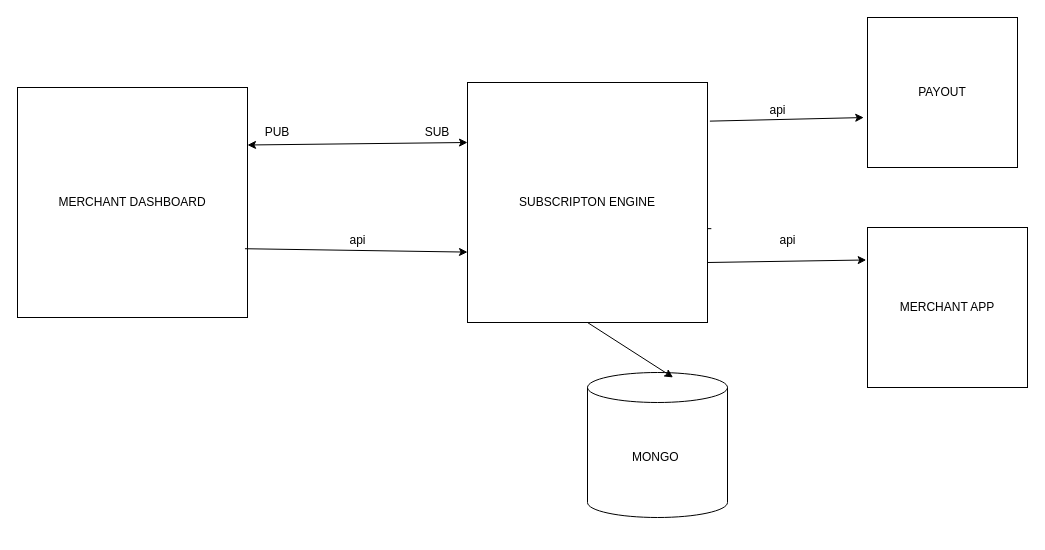
The draw.io diagram subscriptionengine.drawio in kartikeyasharmamobi/subscriptonEngine, before the edit. Source tidied: cells renumbered, new cells numbered last; positions are measured from the earlier drawing's top-left corner, leaving out a move shared by most shapes. Both pictures are drawn from the tidied source at 100%, with x=0, y=0 at pixel (17, 17).
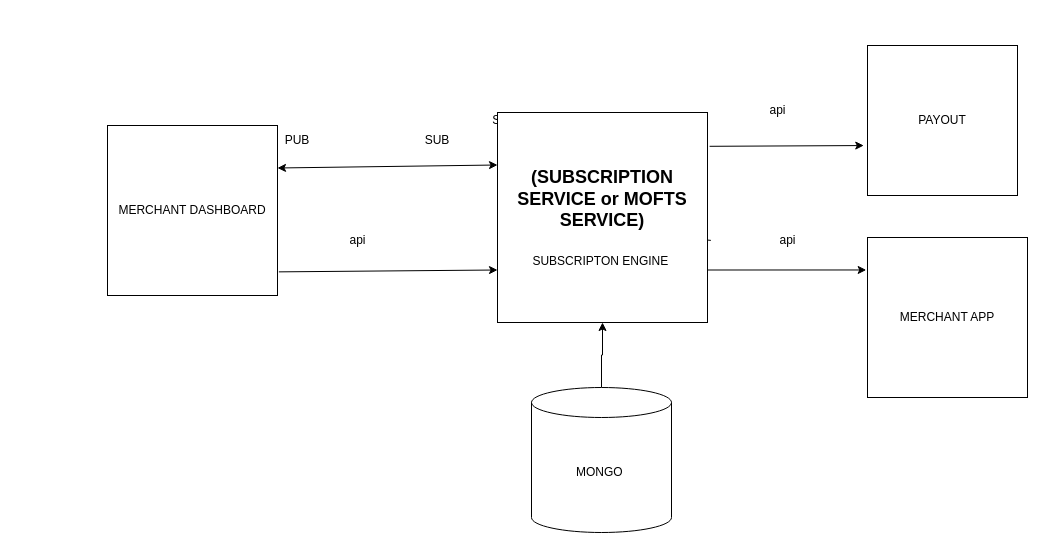
The same diagram, later.

What changed in the source:
```diff
@@
     <mxCell id="2" value="PAYOUT" style="whiteSpace=wrap;html=1;" parent="1" vertex="1">
-      <mxGeometry x="850" width="150" height="150" as="geometry" />
+      <mxGeometry x="850" y="28" width="150" height="150" as="geometry" />
     </mxCell>
     <mxCell id="3" value="MERCHANT APP" style="whiteSpace=wrap;html=1;" parent="1" vertex="1">
-      <mxGeometry x="850" y="210" width="160" height="160" as="geometry" />
+      <mxGeometry x="850" y="220" width="160" height="160" as="geometry" />
     </mxCell>
     <mxCell id="4" value="MERCHANT DASHBOARD" style="whiteSpace=wrap;html=1;" parent="1" vertex="1">
-      <mxGeometry y="70" width="230" height="230" as="geometry" />
+      <mxGeometry x="90" y="108" width="170" height="170" as="geometry" />
     </mxCell>
@@
-    <mxCell id="8" style="endArrow=classic;html=1;rounded=0;exitX=0.989;exitY=0.701;exitDx=0;exitDy=0;exitPerimeter=0;" parent="1" edge="1" source="4">
-      <mxGeometry relative="1" as="geometry">
-        <mxPoint x="450" y="234.6" as="targetPoint" />
-      </mxGeometry>
+    <mxCell id="8" style="endArrow=classic;html=1;rounded=0;entryX=0;entryY=0.75;entryDx=0;entryDy=0;exitX=1.008;exitY=0.861;exitDx=0;exitDy=0;exitPerimeter=0;" parent="1" edge="1" source="4" target="9">
+      <mxGeometry relative="1" as="geometry" />
     </mxCell>
-    <mxCell id="9" value="SUBSCRIPTON ENGINE" style="whiteSpace=wrap;html=1;" parent="1" vertex="1">
-      <mxGeometry x="450" y="65" width="240" height="240" as="geometry" />
+    <mxCell id="9" value="&lt;font style=&quot;font-size: 18px;&quot;&gt;&lt;b&gt;(SUBSCRIPTION SERVICE or MOFTS SERVICE)&lt;br&gt;&lt;br&gt;&lt;/b&gt;&lt;/font&gt;SUBSCRIPTON ENGINE&amp;nbsp;" style="whiteSpace=wrap;html=1;" parent="1" vertex="1">
+      <mxGeometry x="480" y="95" width="210" height="210" as="geometry" />
     </mxCell>
@@
     <mxCell id="12" value="PUB" style="text;html=1;align=center;verticalAlign=middle;whiteSpace=wrap;rounded=0;" parent="1" vertex="1">
-      <mxGeometry x="230" y="100" width="60" height="30" as="geometry" />
+      <mxGeometry x="250" y="108" width="60" height="30" as="geometry" />
     </mxCell>
     <mxCell id="13" value="SUB" style="text;html=1;align=center;verticalAlign=middle;whiteSpace=wrap;rounded=0;" parent="1" vertex="1">
-      <mxGeometry x="390" y="100" width="60" height="30" as="geometry" />
+      <mxGeometry x="390" y="108" width="60" height="30" as="geometry" />
     </mxCell>
@@
+    <mxCell id="19" style="edgeStyle=orthogonalEdgeStyle;rounded=0;jettySize=auto;html=1;" parent="1" edge="1" source="17" target="9">
+      <mxGeometry relative="1" as="geometry" />
+    </mxCell>
     <mxCell id="17" value="MONGO&amp;nbsp;" style="shape=cylinder3;whiteSpace=wrap;html=1;boundedLbl=1;backgroundOutline=1;size=15;" parent="1" vertex="1">
-      <mxGeometry x="570" y="355" width="140" height="145" as="geometry" />
+      <mxGeometry x="514" y="370" width="140" height="145" as="geometry" />
     </mxCell>
-    <mxCell id="18" style="endArrow=classic;html=1;rounded=0;exitX=0.5;exitY=1;exitDx=0;exitDy=0;entryX=0.611;entryY=0.034;entryDx=0;entryDy=0;entryPerimeter=0;" parent="1" edge="1" source="9" target="17">
-      <mxGeometry relative="1" as="geometry" />
-    </mxCell>
```
